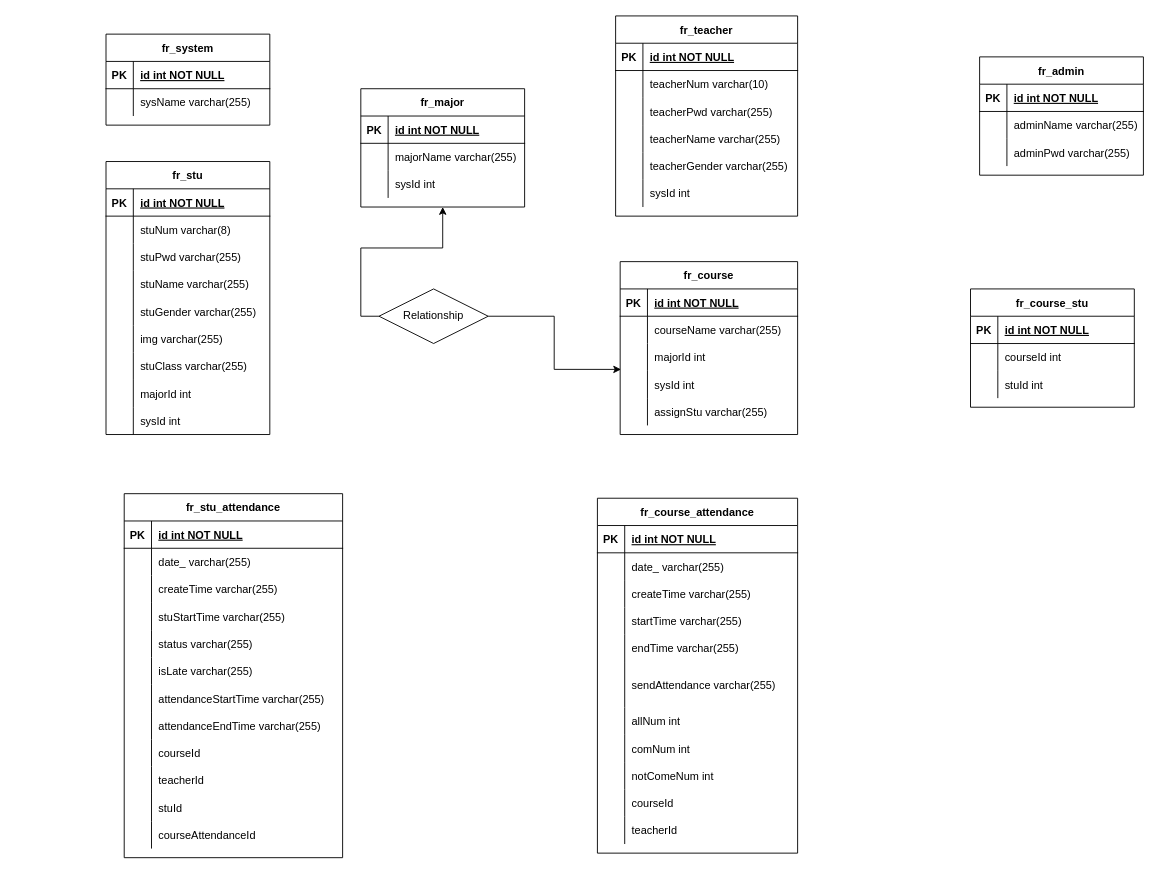
The draw.io diagram Untitled Diagram.drawio in cryingworld/diagram, before the edit. Source tidied: cells renumbered, new cells numbered last; positions are measured from the earlier drawing's top-left corner, leaving out a move shared by most shapes. Both pictures are drawn from the tidied source at 91%, with x=0, y=0 at pixel (106, 15).
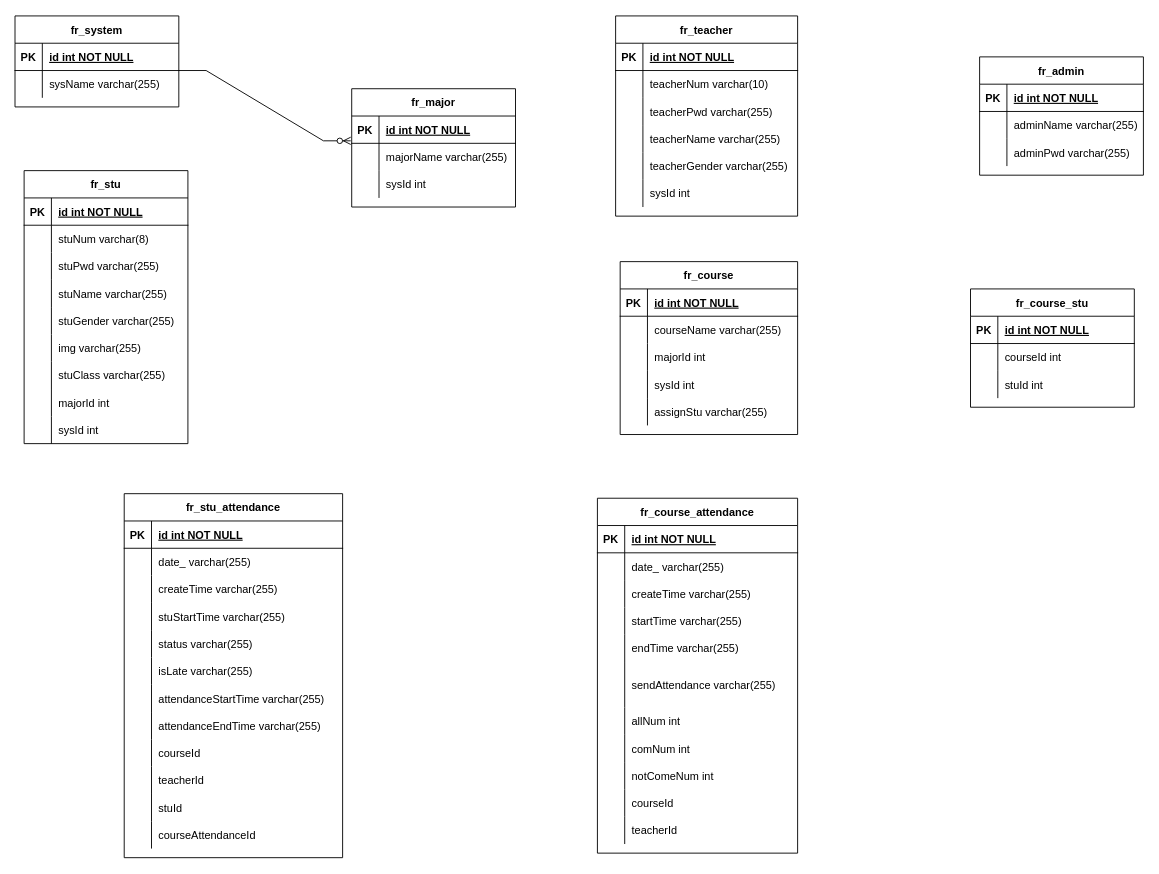
The same diagram, later.

Unchanged cells that the change refers to:
```xml
<mxCell id="63" style="shape=tableRow;horizontal=0;startSize=0;swimlaneHead=0;swimlaneBody=0;fillColor=none;points=[[0,0.5],[1,0.5]];portConstraint=eastwest;top=0;left=0;right=0;bottom=0;" parent="59" vertex="1">
  <mxGeometry y="60" width="180" height="30" as="geometry" />
</mxCell>
<mxCell id="86" style="shape=tableRow;horizontal=0;startSize=0;swimlaneHead=0;swimlaneBody=0;fillColor=none;points=[[0,0.5],[1,0.5]];portConstraint=eastwest;top=0;left=0;right=0;bottom=0;" parent="76" vertex="1">
  <mxGeometry y="120" width="195" height="30" as="geometry" />
</mxCell>
```

Change to the diagram source:
```diff
@@
     <mxCell id="12" value="fr_stu" style="shape=table;startSize=30;childLayout=tableLayout;rowLines=0;fontStyle=1;align=center;" parent="1" vertex="1">
-      <mxGeometry y="160" width="180" height="300" as="geometry" />
+      <mxGeometry x="-90" y="170" width="180" height="300" as="geometry" />
     </mxCell>
@@
     <mxCell id="59" value="fr_major" style="shape=table;startSize=30;childLayout=tableLayout;rowLines=0;fontStyle=1;align=center;" parent="1" vertex="1">
-      <mxGeometry x="280" y="80" width="180" height="130" as="geometry" />
+      <mxGeometry x="270" y="80" width="180" height="130" as="geometry" />
     </mxCell>
@@
     <mxCell id="69" value="fr_system" style="shape=table;startSize=30;childLayout=tableLayout;rowLines=0;fontStyle=1;align=center;" parent="1" vertex="1">
-      <mxGeometry y="20" width="180" height="100" as="geometry" />
+      <mxGeometry x="-100" width="180" height="100" as="geometry" />
     </mxCell>
@@
-    <mxCell id="173" style="edgeStyle=orthogonalEdgeStyle;rounded=0;jettySize=auto;html=1;exitX=1;exitY=0.5;exitDx=0;exitDy=0;entryX=0.005;entryY=-0.052;entryDx=0;entryDy=0;entryPerimeter=0;" parent="1" edge="1" source="175" target="86">
-      <mxGeometry relative="1" as="geometry" />
-    </mxCell>
-    <mxCell id="174" style="edgeStyle=orthogonalEdgeStyle;rounded=0;jettySize=auto;html=1;exitX=0;exitY=0.5;exitDx=0;exitDy=0;entryX=0.5;entryY=1;entryDx=0;entryDy=0;" parent="1" edge="1" source="175" target="59">
-      <mxGeometry relative="1" as="geometry" />
-    </mxCell>
-    <mxCell id="175" value="Relationship" style="shape=rhombus;perimeter=rhombusPerimeter;whiteSpace=wrap;html=1;align=center;" parent="1" vertex="1">
-      <mxGeometry x="300" y="300" width="120" height="60" as="geometry" />
-    </mxCell>
+    <mxCell id="176" style="edgeStyle=entityRelationEdgeStyle;fontSize=12;html=1;endArrow=ERzeroToMany;endFill=1;rounded=0;entryX=-0.006;entryY=-0.092;entryDx=0;entryDy=0;entryPerimeter=0;" parent="1" edge="1" target="63">
+      <mxGeometry relative="1" as="geometry">
+        <mxPoint x="80" y="60" as="sourcePoint" />
+      </mxGeometry>
+    </mxCell>
```
